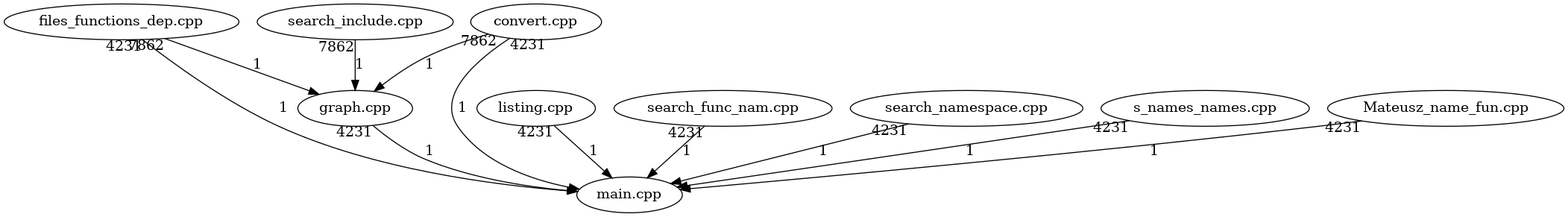
The Graphviz diagram folder/pliki.dot.png in ZychDev/Zak_Io_Project, before a commit. Its source is kept beside it as folder/pliki.dot.
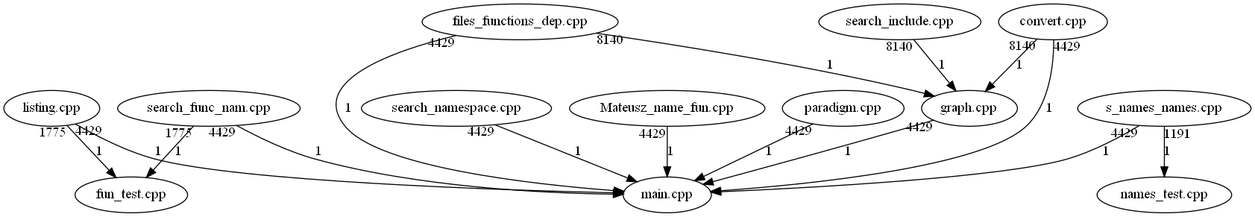
After the change.

The edit, as a diff of the source:
```diff
@@ -1,14 +1,18 @@
 digraph files_graph
 {
-"search_include.cpp"->"graph.cpp"[taillabel = 7862][label = 1]
-"files_functions_dep.cpp"->"graph.cpp"[taillabel = 7862][label = 1]
-"convert.cpp"->"graph.cpp"[taillabel = 7862][label = 1]
-"graph.cpp"->"main.cpp"[taillabel = 4231][label = 1]
-"listing.cpp"->"main.cpp"[taillabel = 4231][label = 1]
-"search_func_nam.cpp"->"main.cpp"[taillabel = 4231][label = 1]
-"search_namespace.cpp"->"main.cpp"[taillabel = 4231][label = 1]
-"s_names_names.cpp"->"main.cpp"[taillabel = 4231][label = 1]
-"Mateusz_name_fun.cpp"->"main.cpp"[taillabel = 4231][label = 1]
-"convert.cpp"->"main.cpp"[taillabel = 4231][label = 1]
-"files_functions_dep.cpp"->"main.cpp"[taillabel = 4231][label = 1]
+"search_func_nam.cpp"->"fun_test.cpp"[taillabel = 1775][label = 1]
+"listing.cpp"->"fun_test.cpp"[taillabel = 1775][label = 1]
+"search_include.cpp"->"graph.cpp"[taillabel = 8140][label = 1]
+"files_functions_dep.cpp"->"graph.cpp"[taillabel = 8140][label = 1]
+"convert.cpp"->"graph.cpp"[taillabel = 8140][label = 1]
+"graph.cpp"->"main.cpp"[taillabel = 4429][label = 1]
+"listing.cpp"->"main.cpp"[taillabel = 4429][label = 1]
+"search_func_nam.cpp"->"main.cpp"[taillabel = 4429][label = 1]
+"search_namespace.cpp"->"main.cpp"[taillabel = 4429][label = 1]
+"s_names_names.cpp"->"main.cpp"[taillabel = 4429][label = 1]
+"Mateusz_name_fun.cpp"->"main.cpp"[taillabel = 4429][label = 1]
+"convert.cpp"->"main.cpp"[taillabel = 4429][label = 1]
+"files_functions_dep.cpp"->"main.cpp"[taillabel = 4429][label = 1]
+"paradigm.cpp"->"main.cpp"[taillabel = 4429][label = 1]
+"s_names_names.cpp"->"names_test.cpp"[taillabel = 1191][label = 1]
 }
```
